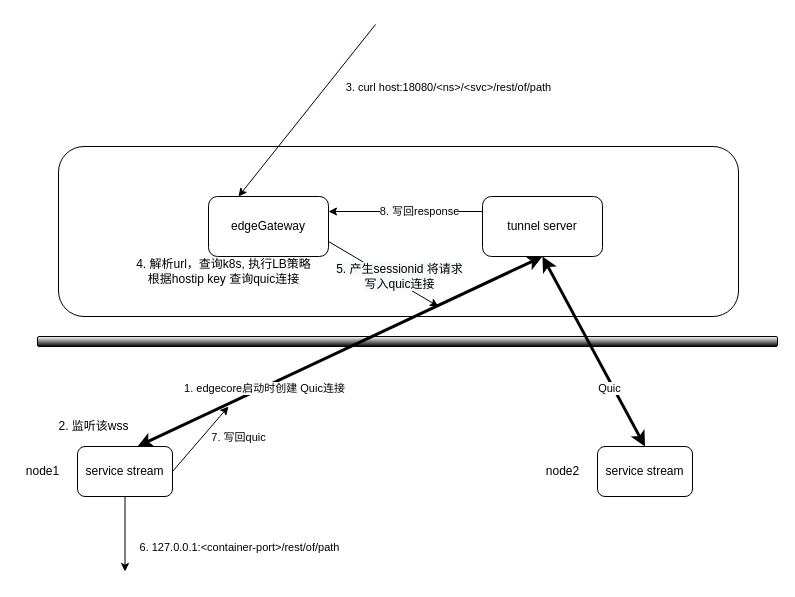
Earlier version of the draw.io diagram page "Page-1" (1 of 2) of edgegateway.drawio (lmxia/system_designs). Source tidied: cells renumbered, new cells numbered last; positions are measured from the earlier drawing's top-left corner, leaving out a move shared by most shapes. Both pictures are drawn from the tidied source at 100%, with x=0, y=0 at pixel (17, 24).
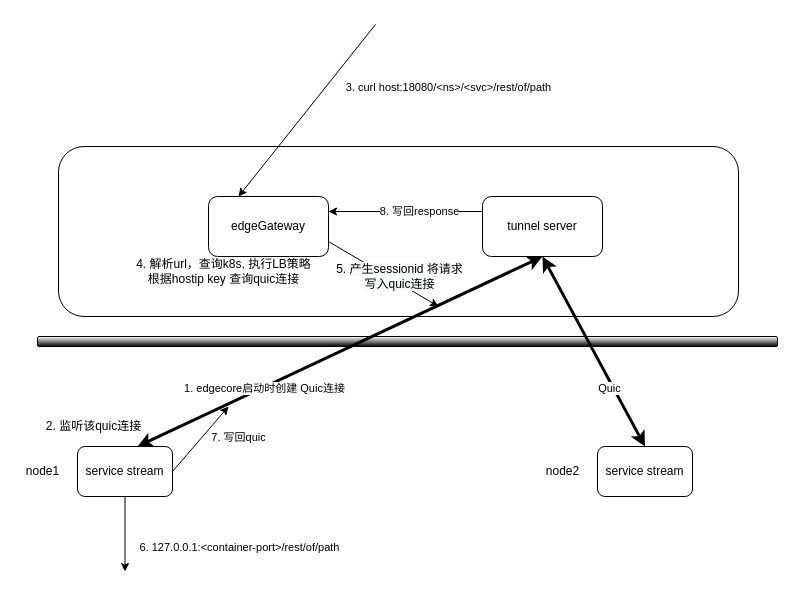
The same diagram, later.

What changed in the source:
```diff
@@
-    <mxCell id="18" value="2. 监听该wss" style="text;html=1;align=center;verticalAlign=middle;fillColor=none;strokeColor=none;rounded=0;labelBackgroundColor=none;" parent="1" vertex="1">
-      <mxGeometry x="31" y="392" width="90" height="20" as="geometry" />
+    <mxCell id="18" value="2. 监听该quic连接" style="text;html=1;align=center;verticalAlign=middle;fillColor=none;strokeColor=none;rounded=0;labelBackgroundColor=none;" parent="1" vertex="1">
+      <mxGeometry x="21" y="392" width="110" height="20" as="geometry" />
     </mxCell>
```
